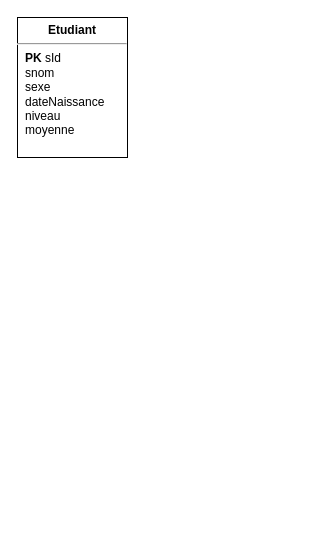
Above: Tp3.drawio in lyg2/Reservation-SQL (draw.io), before the change. Source tidied: cells renumbered, new cells numbered last; positions are measured from the earlier drawing's top-left corner, leaving out a move shared by most shapes. Both pictures are drawn from the tidied source at 100%, with x=0, y=0 at pixel (17, 17).
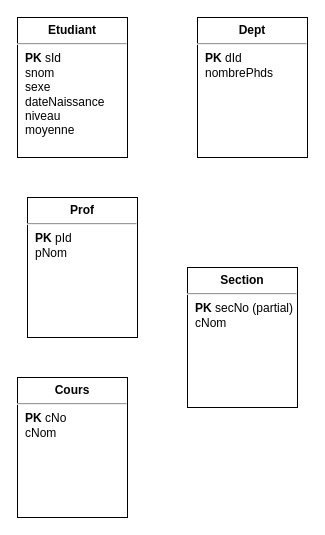
The same diagram, later.

Commit message (it also covers changes not shown here):
Mettre à jour Tp3.drawio

What changed in the source:
```diff
@@
 <mxGraphModel>
   <root>
     <mxCell id="0" />
     <mxCell id="1" parent="0" />
     <mxCell id="2" value="&lt;p style=&quot;margin:0px;margin-top:6px;text-align:center;&quot;&gt;&lt;b&gt;Etudiant&lt;/b&gt;&lt;/p&gt;&lt;hr&gt;&lt;p style=&quot;margin:0px;margin-left:8px;&quot;&gt;&lt;b&gt;PK&lt;/b&gt;&amp;nbsp;sId&lt;/p&gt;&lt;p style=&quot;margin:0px;margin-left:8px;&quot;&gt;snom&lt;/p&gt;&lt;p style=&quot;margin:0px;margin-left:8px;&quot;&gt;sexe&lt;/p&gt;&lt;p style=&quot;margin:0px;margin-left:8px;&quot;&gt;dateNaissance&lt;/p&gt;&lt;p style=&quot;margin:0px;margin-left:8px;&quot;&gt;niveau&lt;br&gt;moyenne&lt;br&gt;&lt;/p&gt;&lt;p style=&quot;margin:0px;margin-left:8px;&quot;&gt;&lt;br&gt;&lt;/p&gt;" style="align=left;overflow=fill;html=1;" parent="1" vertex="1">
       <mxGeometry width="110" height="140" as="geometry" />
     </mxCell>
+    <mxCell id="3" value="&lt;p style=&quot;margin:0px;margin-top:6px;text-align:center;&quot;&gt;&lt;b&gt;Dept&lt;/b&gt;&lt;/p&gt;&lt;hr&gt;&lt;p style=&quot;margin:0px;margin-left:8px;&quot;&gt;&lt;b&gt;PK&lt;/b&gt;&amp;nbsp;dId&lt;/p&gt;&lt;p style=&quot;margin:0px;margin-left:8px;&quot;&gt;nombrePhds&lt;/p&gt;&lt;p style=&quot;margin:0px;margin-left:8px;&quot;&gt;&lt;br&gt;&lt;/p&gt;" style="align=left;overflow=fill;html=1;" parent="1" vertex="1">
+      <mxGeometry x="180" width="110" height="140" as="geometry" />
+    </mxCell>
+    <mxCell id="4" value="&lt;p style=&quot;margin:0px;margin-top:6px;text-align:center;&quot;&gt;&lt;b&gt;Prof&lt;/b&gt;&lt;/p&gt;&lt;hr&gt;&lt;p style=&quot;margin:0px;margin-left:8px;&quot;&gt;&lt;b&gt;PK&lt;/b&gt;&amp;nbsp;pId&lt;/p&gt;&lt;p style=&quot;margin:0px;margin-left:8px;&quot;&gt;pNom&lt;/p&gt;&lt;p style=&quot;margin:0px;margin-left:8px;&quot;&gt;&lt;br&gt;&lt;/p&gt;" style="align=left;overflow=fill;html=1;" parent="1" vertex="1">
+      <mxGeometry x="10" y="180" width="110" height="140" as="geometry" />
+    </mxCell>
+    <mxCell id="5" value="&lt;p style=&quot;margin:0px;margin-top:6px;text-align:center;&quot;&gt;&lt;b&gt;Cours&lt;/b&gt;&lt;/p&gt;&lt;hr&gt;&lt;p style=&quot;margin:0px;margin-left:8px;&quot;&gt;&lt;b&gt;PK&lt;/b&gt;&amp;nbsp;cNo&lt;/p&gt;&lt;p style=&quot;margin:0px;margin-left:8px;&quot;&gt;cNom&lt;/p&gt;&lt;p style=&quot;margin:0px;margin-left:8px;&quot;&gt;&lt;br&gt;&lt;/p&gt;" style="align=left;overflow=fill;html=1;" parent="1" vertex="1">
+      <mxGeometry y="360" width="110" height="140" as="geometry" />
+    </mxCell>
+    <mxCell id="6" value="&lt;p style=&quot;margin:0px;margin-top:6px;text-align:center;&quot;&gt;&lt;b&gt;Section&lt;/b&gt;&lt;/p&gt;&lt;hr&gt;&lt;p style=&quot;margin:0px;margin-left:8px;&quot;&gt;&lt;b&gt;PK&lt;/b&gt;&amp;nbsp;secNo (partial)&lt;/p&gt;&lt;p style=&quot;margin:0px;margin-left:8px;&quot;&gt;cNom&lt;/p&gt;&lt;p style=&quot;margin:0px;margin-left:8px;&quot;&gt;&lt;br&gt;&lt;/p&gt;" style="align=left;overflow=fill;html=1;" parent="1" vertex="1">
+      <mxGeometry x="170" y="250" width="110" height="140" as="geometry" />
+    </mxCell>
   </root>
 </mxGraphModel>
```
